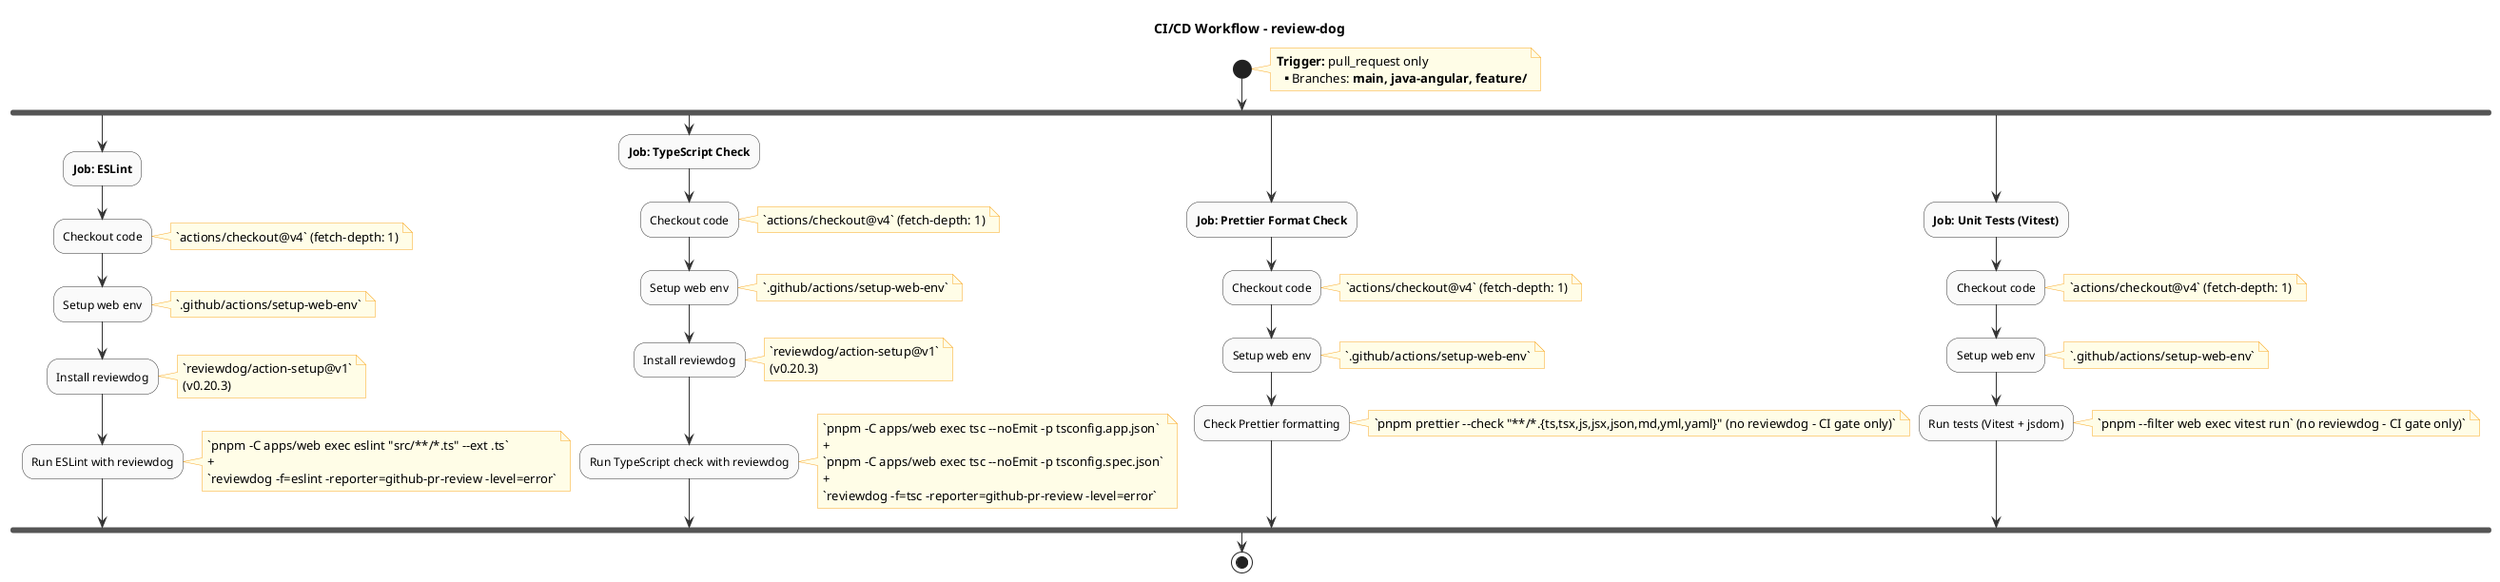
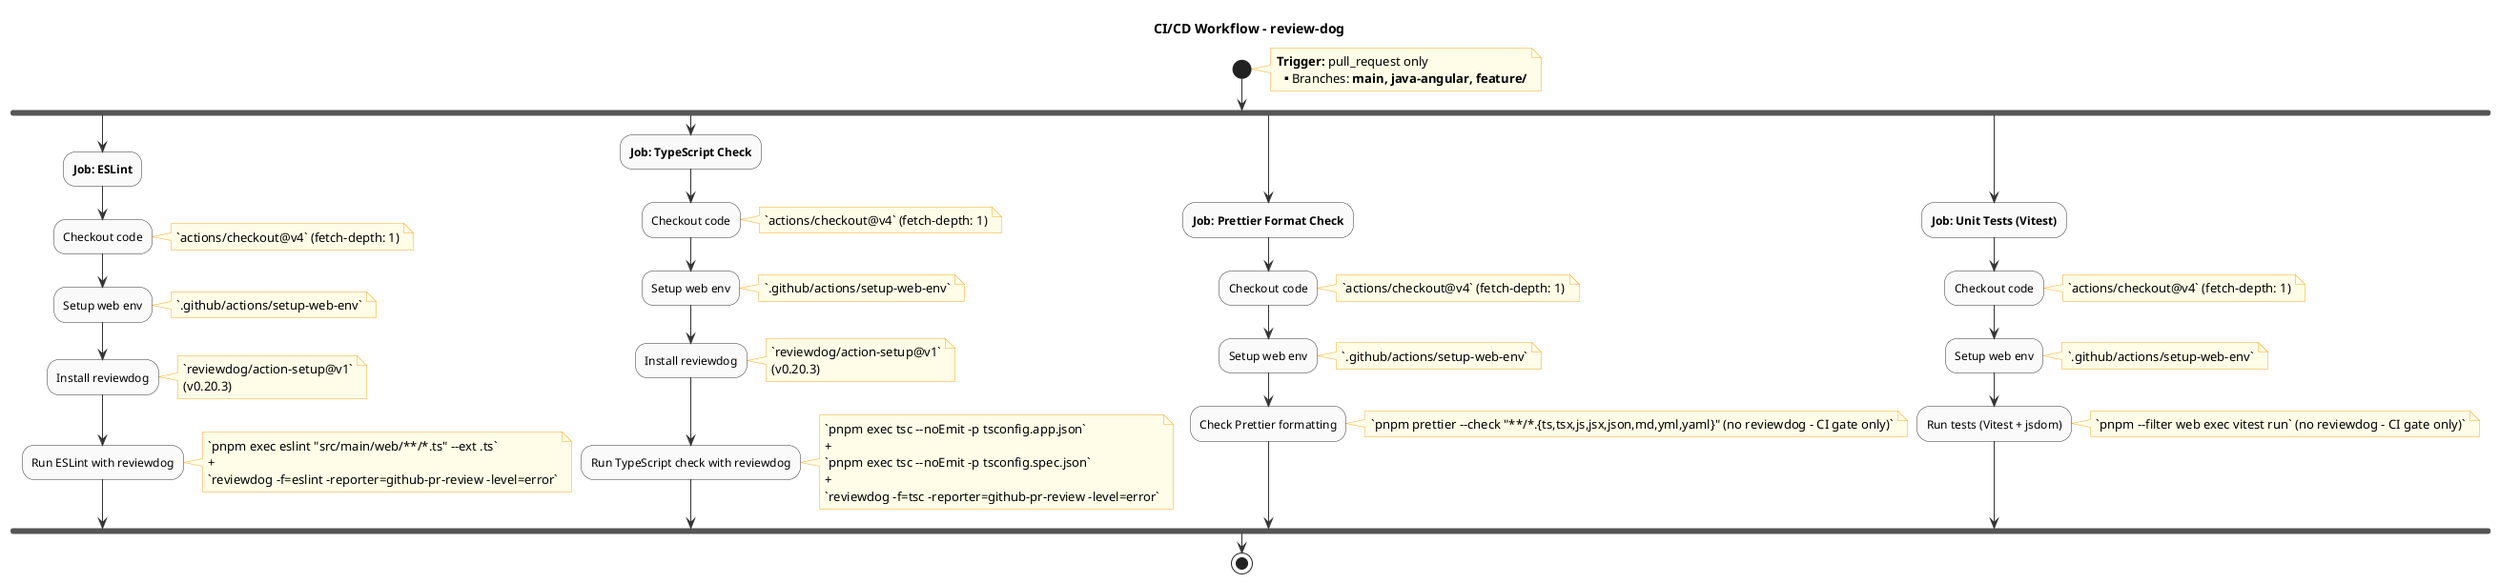
@startuml cicd-review-dog
!pragma activityFlow
skinparam activityBackgroundColor #FAFAFA
skinparam activityBorderColor #333333
skinparam arrowColor #333333
skinparam noteBackgroundColor #FFFDE7
skinparam noteBorderColor #F9A825
skinparam packageStyle rectangle

title CI/CD Workflow - review-dog

|#lightskyblue|**Workflow: review-dog.yml**|
start
note right
**Trigger:** pull_request only
**Branches:** main, java-angular, feature/**
end note

fork
  :**Job: ESLint**;
  :Checkout code;
  note right: `actions/checkout@v4` (fetch-depth: 1)
  :Setup web env;
  note right: `.github/actions/setup-web-env`
  :Install reviewdog;
  note right
  `reviewdog/action-setup@v1`
  (v0.20.3)
  end note
  :Run ESLint with reviewdog;
  note right
-   `pnpm -C apps/web exec eslint "src/**/*.ts" --ext .ts`
+   `pnpm exec eslint "src/main/web/**/*.ts" --ext .ts`
  +
  `reviewdog -f=eslint -reporter=github-pr-review -level=error`
  end note

fork again
  :**Job: TypeScript Check**;
  :Checkout code;
  note right: `actions/checkout@v4` (fetch-depth: 1)
  :Setup web env;
  note right: `.github/actions/setup-web-env`
  :Install reviewdog;
  note right
  `reviewdog/action-setup@v1`
  (v0.20.3)
  end note
  :Run TypeScript check with reviewdog;
  note right
-   `pnpm -C apps/web exec tsc --noEmit -p tsconfig.app.json`
+   `pnpm exec tsc --noEmit -p tsconfig.app.json`
  +
-   `pnpm -C apps/web exec tsc --noEmit -p tsconfig.spec.json`
+   `pnpm exec tsc --noEmit -p tsconfig.spec.json`
  +
  `reviewdog -f=tsc -reporter=github-pr-review -level=error`
  end note

fork again
  :**Job: Prettier Format Check**;
  :Checkout code;
  note right: `actions/checkout@v4` (fetch-depth: 1)
  :Setup web env;
  note right: `.github/actions/setup-web-env`
  :Check Prettier formatting;
  note right: `pnpm prettier --check "**/*.{ts,tsx,js,jsx,json,md,yml,yaml}" (no reviewdog - CI gate only)`

fork again
  :**Job: Unit Tests (Vitest)**;
  :Checkout code;
  note right: `actions/checkout@v4` (fetch-depth: 1)
  :Setup web env;
  note right: `.github/actions/setup-web-env`
  :Run tests (Vitest + jsdom);
  note right: `pnpm --filter web exec vitest run` (no reviewdog - CI gate only)`
end fork

stop
@enduml
